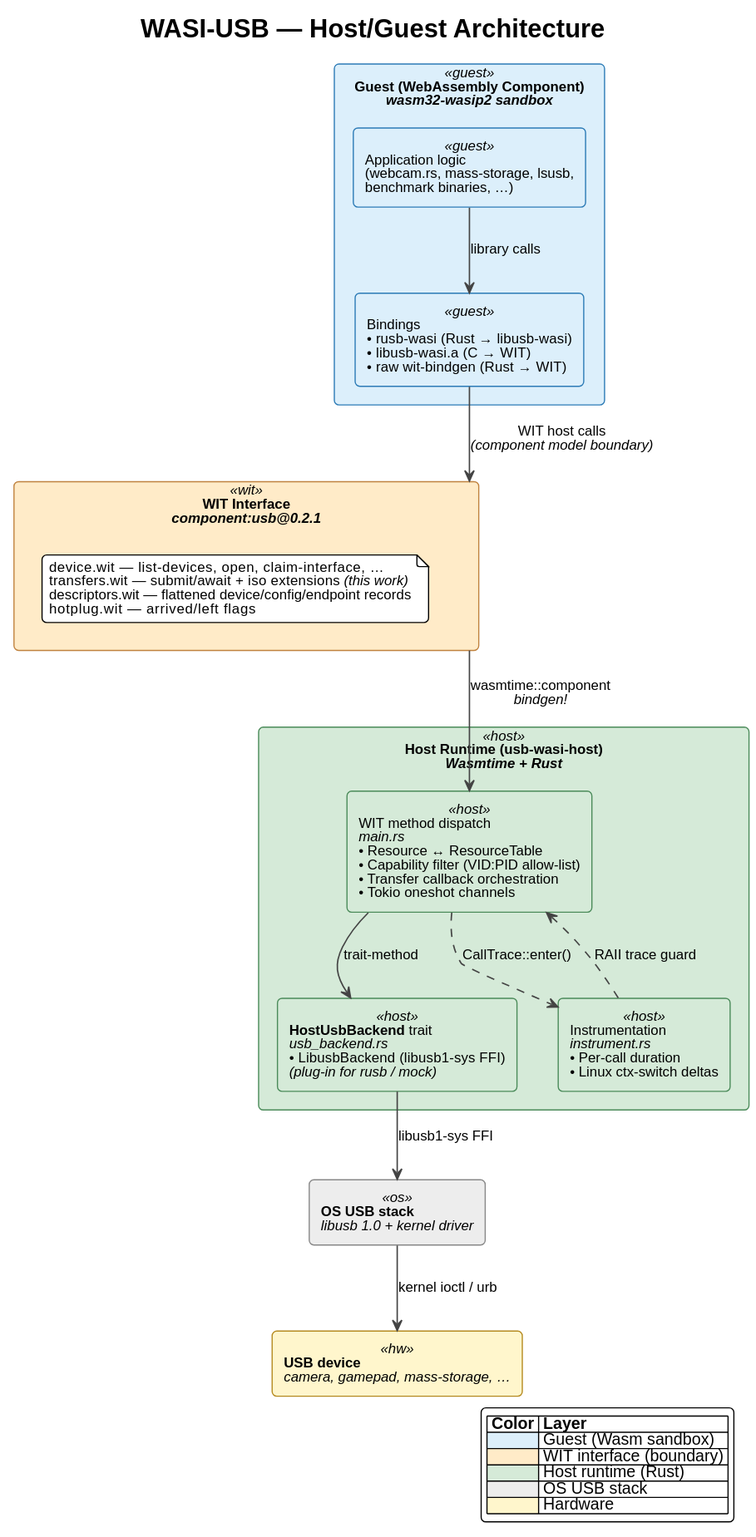
The PlantUML diagram diagrams/host_guest_arch.svg in idlab-discover/masters-sibren-wieme, before a commit.
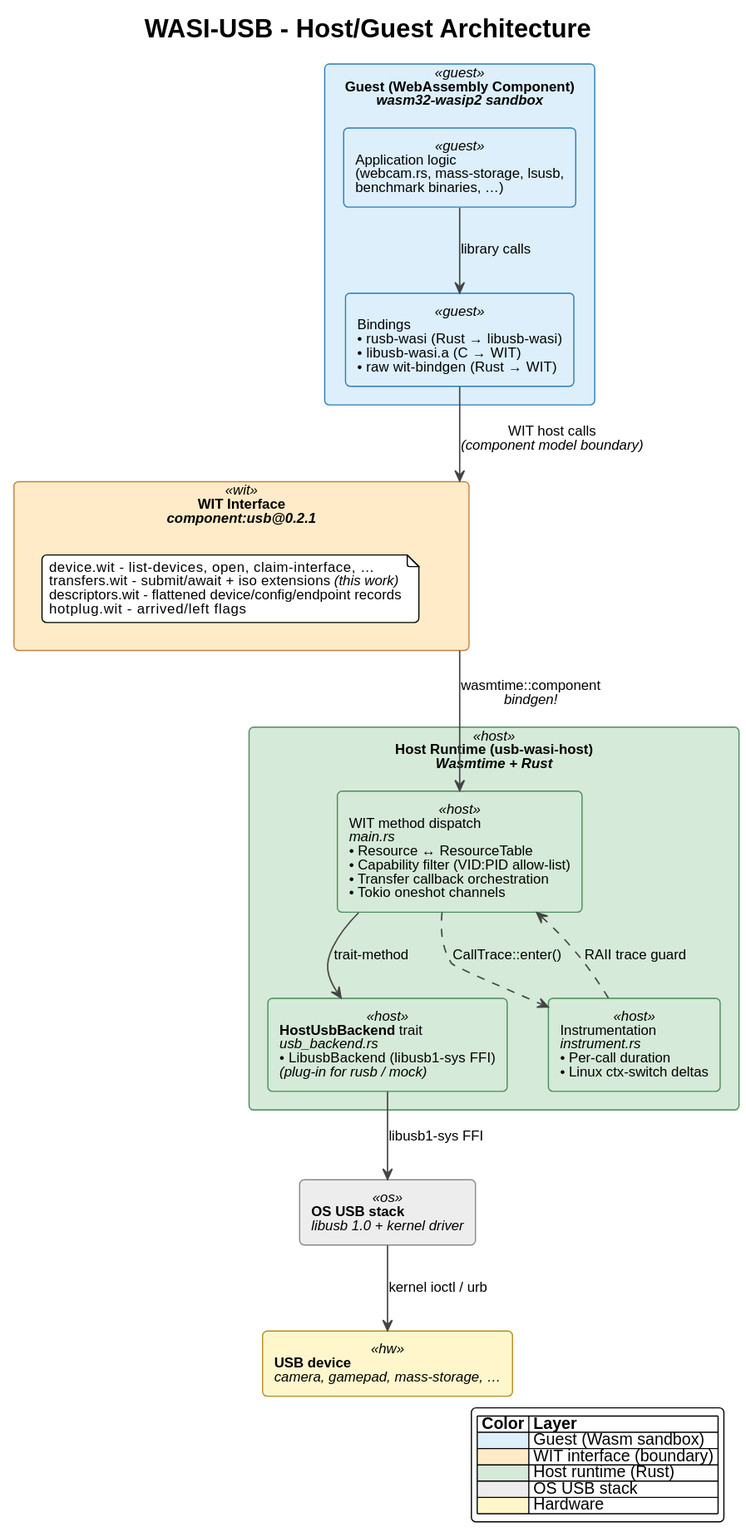
Later version of the same file.

The edit, as a diff of the source:
```diff
@@ -7,7 +7,7 @@
 skinparam ArrowColor #444
 skinparam ArrowThickness 1.2
 
-title WASI-USB — Host/Guest Architecture
+title WASI-USB - Host/Guest Architecture
 
 skinparam rectangle {
   BackgroundColor<<guest>>   #DCEFFB
@@ -29,10 +29,10 @@
 
 rectangle "**WIT Interface**\n//component:usb@0.2.1//" as wit <<wit>> {
   note as N1
-    device.wit       — list-devices, open, claim-interface, …
-    transfers.wit    — submit/await + iso extensions //(this work)//
-    descriptors.wit  — flattened device/config/endpoint records
-    hotplug.wit      — arrived/left flags
+    device.wit       - list-devices, open, claim-interface, …
+    transfers.wit    - submit/await + iso extensions //(this work)//
+    descriptors.wit  - flattened device/config/endpoint records
+    hotplug.wit      - arrived/left flags
   end note
 }
 
```
